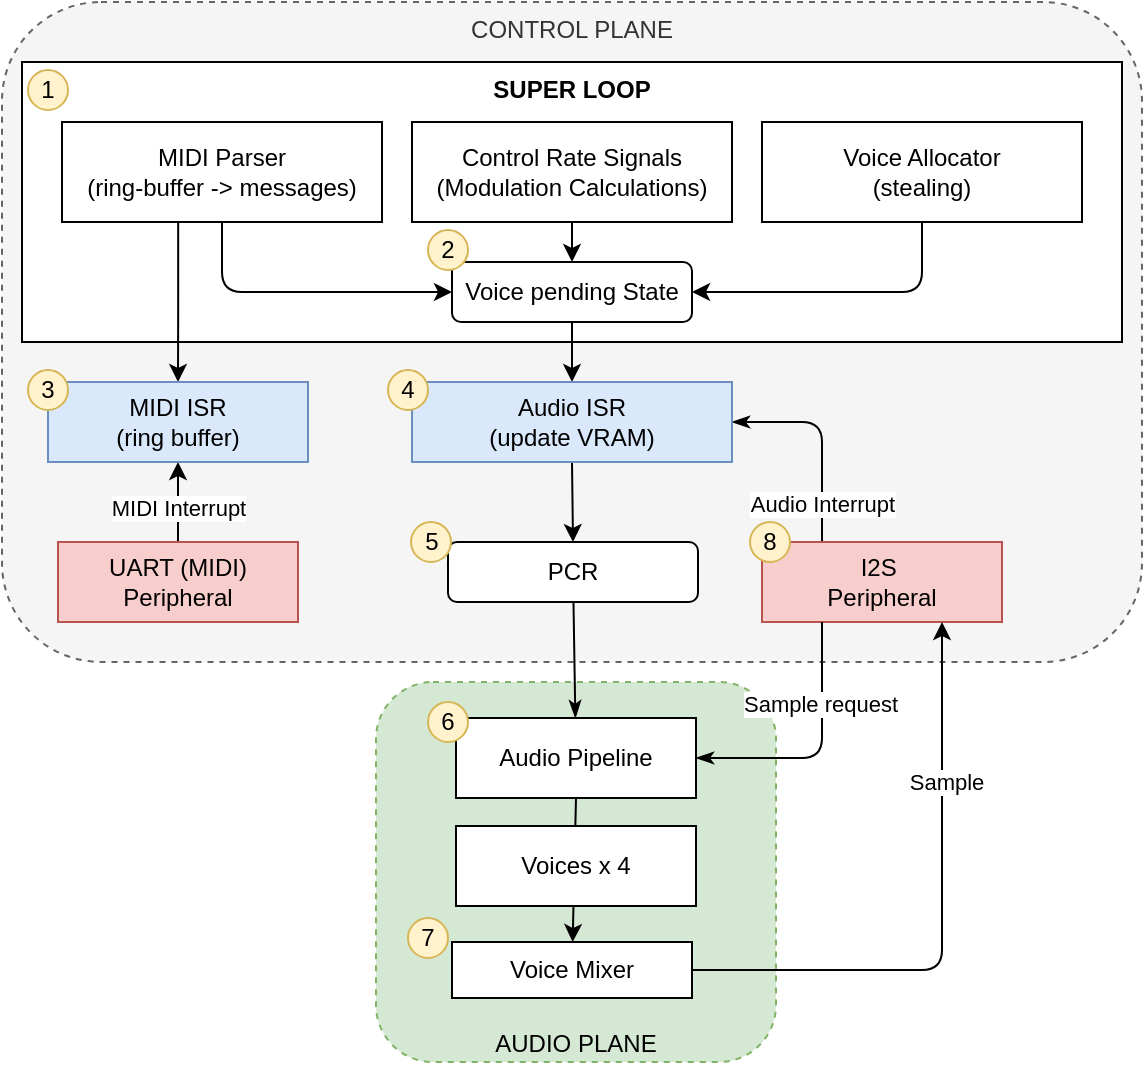
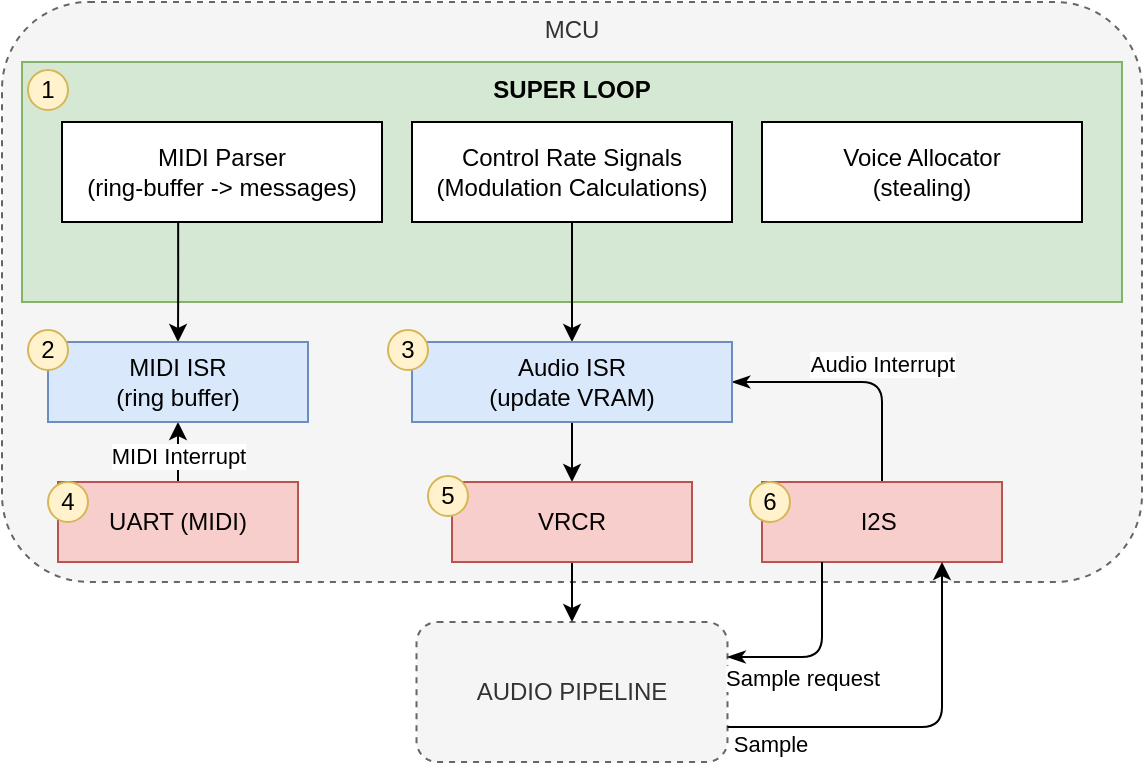
<mxfile host="65bd71144e" scale="1" border="15">
    <diagram id="ENIVM8K7glYZa4LaVbmd" name="Page-1">
        <mxGraphModel dx="1086" dy="802" grid="1" gridSize="10" guides="1" tooltips="1" connect="1" arrows="1" fold="1" page="1" pageScale="1" pageWidth="827" pageHeight="1169" background="#ffffff" math="0" shadow="0">
            <root>
                <mxCell id="0"/>
                <mxCell id="1" parent="0"/>
-                 <mxCell id="30" value="AUDIO PLANE" style="rounded=1;whiteSpace=wrap;html=1;dashed=1;fillColor=#d5e8d4;strokeColor=#82b366;verticalAlign=bottom;" parent="1" vertex="1">
-                     <mxGeometry x="207" y="350" width="200" height="190" as="geometry"/>
+                 <mxCell id="29" value="MCU" style="rounded=1;whiteSpace=wrap;html=1;dashed=1;fillColor=#f5f5f5;strokeColor=#666666;verticalAlign=top;fontColor=#333333;" parent="1" vertex="1">
+                     <mxGeometry x="10" y="10" width="570" height="290" as="geometry"/>
                </mxCell>
-                 <mxCell id="29" value="CONTROL PLANE" style="rounded=1;whiteSpace=wrap;html=1;dashed=1;fillColor=#f5f5f5;strokeColor=#666666;verticalAlign=top;fontColor=#333333;" parent="1" vertex="1">
-                     <mxGeometry x="20" y="10" width="570" height="330" as="geometry"/>
+                 <mxCell id="30" value="AUDIO PIPELINE" style="rounded=1;whiteSpace=wrap;html=1;dashed=1;fillColor=#f5f5f5;strokeColor=#666666;verticalAlign=middle;fontColor=#333333;" parent="1" vertex="1">
+                     <mxGeometry x="217.25" y="320" width="155.5" height="70" as="geometry"/>
                </mxCell>
-                 <mxCell id="2" value="&lt;b&gt;SUPER LOOP&lt;/b&gt;" style="rounded=0;whiteSpace=wrap;html=1;verticalAlign=top;" parent="1" vertex="1">
-                     <mxGeometry x="30" y="40" width="550" height="140" as="geometry"/>
-                 </mxCell>
-                 <mxCell id="7" style="edgeStyle=orthogonalEdgeStyle;html=1;exitX=0.5;exitY=1;exitDx=0;exitDy=0;entryX=0;entryY=0.5;entryDx=0;entryDy=0;" parent="1" source="3" target="6" edge="1">
-                     <mxGeometry relative="1" as="geometry"/>
+                 <mxCell id="2" value="&lt;b&gt;SUPER LOOP&lt;/b&gt;" style="rounded=0;whiteSpace=wrap;html=1;verticalAlign=top;fillColor=#d5e8d4;strokeColor=#82b366;" parent="1" vertex="1">
+                     <mxGeometry x="20" y="40" width="550" height="120" as="geometry"/>
                </mxCell>
                <mxCell id="34" style="edgeStyle=orthogonalEdgeStyle;html=1;exitX=0.363;exitY=1;exitDx=0;exitDy=0;exitPerimeter=0;" parent="1" source="3" target="27" edge="1">
                    <mxGeometry relative="1" as="geometry"/>
                </mxCell>
                <mxCell id="3" value="MIDI Parser&lt;div&gt;(ring-buffer -&amp;gt; messages)&lt;/div&gt;" style="rounded=0;whiteSpace=wrap;html=1;" parent="1" vertex="1">
-                     <mxGeometry x="50" y="70" width="160" height="50" as="geometry"/>
+                     <mxGeometry x="40" y="70" width="160" height="50" as="geometry"/>
                </mxCell>
-                 <mxCell id="8" style="edgeStyle=none;html=1;exitX=0.5;exitY=1;exitDx=0;exitDy=0;entryX=0.5;entryY=0;entryDx=0;entryDy=0;" parent="1" source="4" target="6" edge="1">
-                     <mxGeometry relative="1" as="geometry"/>
+                 <mxCell id="8" style="edgeStyle=none;html=1;exitX=0.5;exitY=1;exitDx=0;exitDy=0;entryX=0.5;entryY=0;entryDx=0;entryDy=0;" parent="1" source="4" target="11" edge="1">
+                     <mxGeometry relative="1" as="geometry">
+                         <mxPoint x="295" y="120" as="targetPoint"/>
+                     </mxGeometry>
                </mxCell>
                <mxCell id="4" value="Control Rate Signals&lt;div&gt;(Modulation Calculations)&lt;/div&gt;" style="rounded=0;whiteSpace=wrap;html=1;" parent="1" vertex="1">
-                     <mxGeometry x="225" y="70" width="160" height="50" as="geometry"/>
-                 </mxCell>
-                 <mxCell id="9" style="edgeStyle=orthogonalEdgeStyle;html=1;exitX=0.5;exitY=1;exitDx=0;exitDy=0;entryX=1;entryY=0.5;entryDx=0;entryDy=0;" parent="1" source="5" target="6" edge="1">
-                     <mxGeometry relative="1" as="geometry"/>
+                     <mxGeometry x="215" y="70" width="160" height="50" as="geometry"/>
                </mxCell>
                <mxCell id="5" value="Voice Allocator&lt;div&gt;(stealing)&lt;/div&gt;" style="rounded=0;whiteSpace=wrap;html=1;" parent="1" vertex="1">
-                     <mxGeometry x="400" y="70" width="160" height="50" as="geometry"/>
+                     <mxGeometry x="390" y="70" width="160" height="50" as="geometry"/>
                </mxCell>
-                 <mxCell id="51" value="" style="edgeStyle=none;html=1;" parent="1" source="6" target="11" edge="1">
-                     <mxGeometry relative="1" as="geometry"/>
-                 </mxCell>
-                 <mxCell id="6" value="Voice pending State" style="rounded=1;whiteSpace=wrap;html=1;" parent="1" vertex="1">
-                     <mxGeometry x="245" y="140" width="120" height="30" as="geometry"/>
-                 </mxCell>
-                 <mxCell id="17" style="edgeStyle=orthogonalEdgeStyle;html=1;exitX=1;exitY=0.5;exitDx=0;exitDy=0;startArrow=classicThin;startFill=1;endArrow=none;endFill=0;entryX=0.25;entryY=0;entryDx=0;entryDy=0;" parent="1" source="11" target="16" edge="1">
+                 <mxCell id="17" style="edgeStyle=orthogonalEdgeStyle;html=1;exitX=1;exitY=0.5;exitDx=0;exitDy=0;startArrow=classicThin;startFill=1;endArrow=none;endFill=0;entryX=0.5;entryY=0;entryDx=0;entryDy=0;" parent="1" source="11" target="16" edge="1">
                    <mxGeometry relative="1" as="geometry"/>
                </mxCell>
                <mxCell id="37" value="Audio Interrupt" style="edgeLabel;html=1;align=center;verticalAlign=middle;resizable=0;points=[];" parent="17" vertex="1" connectable="0">
                    <mxGeometry x="0.475" y="2" relative="1" as="geometry">
-                         <mxPoint x="-2" y="8" as="offset"/>
+                         <mxPoint x="-2" y="-26" as="offset"/>
                    </mxGeometry>
                </mxCell>
-                 <mxCell id="48" style="edgeStyle=none;html=1;exitX=0.5;exitY=1;exitDx=0;exitDy=0;entryX=0.5;entryY=0;entryDx=0;entryDy=0;" parent="1" source="11" target="46" edge="1">
-                     <mxGeometry relative="1" as="geometry"/>
+                 <mxCell id="48" style="edgeStyle=none;html=1;exitX=0.5;exitY=1;exitDx=0;exitDy=0;entryX=0.5;entryY=0;entryDx=0;entryDy=0;" parent="1" source="11" edge="1">
+                     <mxGeometry relative="1" as="geometry">
+                         <mxPoint x="295" y="250" as="targetPoint"/>
+                     </mxGeometry>
                </mxCell>
                <mxCell id="11" value="Audio ISR&lt;div&gt;(update VRAM)&lt;/div&gt;" style="rounded=0;whiteSpace=wrap;html=1;fillColor=#dae8fc;strokeColor=#6c8ebf;" parent="1" vertex="1">
-                     <mxGeometry x="225" y="200" width="160" height="40" as="geometry"/>
+                     <mxGeometry x="215" y="180" width="160" height="40" as="geometry"/>
                </mxCell>
-                 <mxCell id="16" value="I2S&amp;nbsp;&lt;div&gt;Peripheral&lt;/div&gt;" style="rounded=0;whiteSpace=wrap;html=1;fillColor=#f8cecc;strokeColor=#b85450;" parent="1" vertex="1">
-                     <mxGeometry x="400" y="280" width="120" height="40" as="geometry"/>
+                 <mxCell id="16" value="I2S&amp;nbsp;" style="rounded=0;whiteSpace=wrap;html=1;fillColor=#f8cecc;strokeColor=#b85450;" parent="1" vertex="1">
+                     <mxGeometry x="390" y="250" width="120" height="40" as="geometry"/>
                </mxCell>
-                 <mxCell id="22" style="edgeStyle=orthogonalEdgeStyle;html=1;exitX=1;exitY=0.5;exitDx=0;exitDy=0;entryX=0.25;entryY=1;entryDx=0;entryDy=0;startArrow=classicThin;startFill=1;endArrow=none;endFill=0;" parent="1" source="40" target="16" edge="1">
+                 <mxCell id="22" style="edgeStyle=orthogonalEdgeStyle;html=1;exitX=1;exitY=0.25;exitDx=0;exitDy=0;entryX=0.25;entryY=1;entryDx=0;entryDy=0;startArrow=classicThin;startFill=1;endArrow=none;endFill=0;" parent="1" source="30" target="16" edge="1">
                    <mxGeometry relative="1" as="geometry">
-                         <mxPoint x="346.96000000000004" y="612.02" as="sourcePoint"/>
-                         <mxPoint x="481" y="446" as="targetPoint"/>
+                         <mxPoint x="357" y="368" as="sourcePoint"/>
+                         <mxPoint x="471" y="426" as="targetPoint"/>
                    </mxGeometry>
                </mxCell>
                <mxCell id="23" value="Sample request" style="edgeLabel;html=1;align=center;verticalAlign=middle;resizable=0;points=[];" parent="22" vertex="1" connectable="0">
                    <mxGeometry x="0.12" y="-3" relative="1" as="geometry">
-                         <mxPoint x="-4" y="-17" as="offset"/>
+                         <mxPoint x="-13" y="16" as="offset"/>
                    </mxGeometry>
                </mxCell>
                <mxCell id="25" style="edgeStyle=orthogonalEdgeStyle;html=1;exitX=0.5;exitY=0;exitDx=0;exitDy=0;entryX=0.5;entryY=1;entryDx=0;entryDy=0;" parent="1" source="24" target="27" edge="1">
                    <mxGeometry relative="1" as="geometry">
-                         <mxPoint x="90" y="350" as="targetPoint"/>
+                         <mxPoint x="80" y="330" as="targetPoint"/>
                    </mxGeometry>
                </mxCell>
                <mxCell id="26" value="MIDI Interrupt" style="edgeLabel;html=1;align=center;verticalAlign=middle;resizable=0;points=[];" parent="25" vertex="1" connectable="0">
                    <mxGeometry x="-0.0734" y="-5" relative="1" as="geometry">
                        <mxPoint x="-5" y="1" as="offset"/>
                    </mxGeometry>
                </mxCell>
-                 <mxCell id="24" value="UART (MIDI)&lt;div&gt;Peripheral&lt;/div&gt;" style="rounded=0;whiteSpace=wrap;html=1;fillColor=#f8cecc;strokeColor=#b85450;" parent="1" vertex="1">
-                     <mxGeometry x="48" y="280" width="120" height="40" as="geometry"/>
+                 <mxCell id="24" value="UART (MIDI)" style="rounded=0;whiteSpace=wrap;html=1;fillColor=#f8cecc;strokeColor=#b85450;" parent="1" vertex="1">
+                     <mxGeometry x="38" y="250" width="120" height="40" as="geometry"/>
                </mxCell>
                <mxCell id="27" value="MIDI ISR&lt;div&gt;(ring buffer)&lt;/div&gt;" style="rounded=0;whiteSpace=wrap;html=1;fillColor=#dae8fc;strokeColor=#6c8ebf;" parent="1" vertex="1">
-                     <mxGeometry x="43" y="200" width="130" height="40" as="geometry"/>
+                     <mxGeometry x="33" y="180" width="130" height="40" as="geometry"/>
                </mxCell>
-                 <mxCell id="45" style="edgeStyle=none;html=1;exitX=0.5;exitY=1;exitDx=0;exitDy=0;" parent="1" source="40" target="44" edge="1">
-                     <mxGeometry relative="1" as="geometry"/>
-                 </mxCell>
-                 <mxCell id="40" value="Audio Pipeline" style="rounded=0;whiteSpace=wrap;html=1;" parent="1" vertex="1">
-                     <mxGeometry x="247" y="368" width="120" height="40" as="geometry"/>
-                 </mxCell>
-                 <mxCell id="65" style="edgeStyle=orthogonalEdgeStyle;html=1;exitX=1;exitY=0.5;exitDx=0;exitDy=0;entryX=0.75;entryY=1;entryDx=0;entryDy=0;" edge="1" parent="1" source="44" target="16">
-                     <mxGeometry relative="1" as="geometry"/>
-                 </mxCell>
-                 <mxCell id="66" value="Sample" style="edgeLabel;html=1;align=center;verticalAlign=middle;resizable=0;points=[];" vertex="1" connectable="0" parent="65">
-                     <mxGeometry x="0.1906" y="-2" relative="1" as="geometry">
-                         <mxPoint y="-41" as="offset"/>
+                 <mxCell id="65" style="edgeStyle=orthogonalEdgeStyle;html=1;exitX=1;exitY=0.75;exitDx=0;exitDy=0;entryX=0.75;entryY=1;entryDx=0;entryDy=0;" parent="1" source="30" target="16" edge="1">
+                     <mxGeometry relative="1" as="geometry">
+                         <mxPoint x="355" y="474" as="sourcePoint"/>
                    </mxGeometry>
                </mxCell>
-                 <mxCell id="44" value="Voice Mixer" style="rounded=0;whiteSpace=wrap;html=1;" parent="1" vertex="1">
-                     <mxGeometry x="245" y="480" width="120" height="28" as="geometry"/>
-                 </mxCell>
-                 <mxCell id="47" style="edgeStyle=none;html=1;startArrow=none;startFill=0;endArrow=classicThin;endFill=1;" parent="1" source="46" target="40" edge="1">
-                     <mxGeometry relative="1" as="geometry">
-                         <mxPoint x="304.5" y="452" as="targetPoint"/>
+                 <mxCell id="66" value="Sample" style="edgeLabel;html=1;align=center;verticalAlign=middle;resizable=0;points=[];" parent="65" vertex="1" connectable="0">
+                     <mxGeometry x="0.1906" y="-2" relative="1" as="geometry">
+                         <mxPoint x="-88" y="14" as="offset"/>
                    </mxGeometry>
                </mxCell>
-                 <mxCell id="46" value="PCR" style="rounded=1;whiteSpace=wrap;html=1;" parent="1" vertex="1">
-                     <mxGeometry x="243" y="280" width="125" height="30" as="geometry"/>
+                 <mxCell id="52" value="1" style="ellipse;whiteSpace=wrap;html=1;aspect=fixed;fillColor=#fff2cc;strokeColor=#d6b656;" parent="1" vertex="1">
+                     <mxGeometry x="23" y="44" width="20" height="20" as="geometry"/>
                </mxCell>
-                 <mxCell id="52" value="1" style="ellipse;whiteSpace=wrap;html=1;aspect=fixed;fillColor=#fff2cc;strokeColor=#d6b656;" parent="1" vertex="1">
-                     <mxGeometry x="33" y="44" width="20" height="20" as="geometry"/>
+                 <mxCell id="55" value="2" style="ellipse;whiteSpace=wrap;html=1;aspect=fixed;fillColor=#fff2cc;strokeColor=#d6b656;" parent="1" vertex="1">
+                     <mxGeometry x="23" y="174" width="20" height="20" as="geometry"/>
                </mxCell>
-                 <mxCell id="54" value="2" style="ellipse;whiteSpace=wrap;html=1;aspect=fixed;fillColor=#fff2cc;strokeColor=#d6b656;" parent="1" vertex="1">
-                     <mxGeometry x="233" y="124" width="20" height="20" as="geometry"/>
+                 <mxCell id="56" value="3" style="ellipse;whiteSpace=wrap;html=1;aspect=fixed;fillColor=#fff2cc;strokeColor=#d6b656;" parent="1" vertex="1">
+                     <mxGeometry x="203" y="174" width="20" height="20" as="geometry"/>
                </mxCell>
-                 <mxCell id="55" value="3" style="ellipse;whiteSpace=wrap;html=1;aspect=fixed;fillColor=#fff2cc;strokeColor=#d6b656;" parent="1" vertex="1">
-                     <mxGeometry x="33" y="194" width="20" height="20" as="geometry"/>
+                 <mxCell id="58" value="4" style="ellipse;whiteSpace=wrap;html=1;aspect=fixed;fillColor=#fff2cc;strokeColor=#d6b656;" parent="1" vertex="1">
+                     <mxGeometry x="33" y="250" width="20" height="20" as="geometry"/>
                </mxCell>
-                 <mxCell id="56" value="4" style="ellipse;whiteSpace=wrap;html=1;aspect=fixed;fillColor=#fff2cc;strokeColor=#d6b656;" parent="1" vertex="1">
-                     <mxGeometry x="213" y="194" width="20" height="20" as="geometry"/>
+                 <mxCell id="67" value="6" style="ellipse;whiteSpace=wrap;html=1;aspect=fixed;fillColor=#fff2cc;strokeColor=#d6b656;" parent="1" vertex="1">
+                     <mxGeometry x="384" y="250" width="20" height="20" as="geometry"/>
                </mxCell>
-                 <mxCell id="58" value="5" style="ellipse;whiteSpace=wrap;html=1;aspect=fixed;fillColor=#fff2cc;strokeColor=#d6b656;" parent="1" vertex="1">
-                     <mxGeometry x="224.5" y="270" width="20" height="20" as="geometry"/>
+                 <mxCell id="75" value="" style="edgeStyle=none;html=1;entryX=0.5;entryY=0;entryDx=0;entryDy=0;" edge="1" parent="1" source="71" target="30">
+                     <mxGeometry relative="1" as="geometry">
+                         <mxPoint x="295" y="310" as="targetPoint"/>
+                     </mxGeometry>
                </mxCell>
-                 <mxCell id="59" value="6" style="ellipse;whiteSpace=wrap;html=1;aspect=fixed;fillColor=#fff2cc;strokeColor=#d6b656;" parent="1" vertex="1">
-                     <mxGeometry x="233" y="360" width="20" height="20" as="geometry"/>
+                 <mxCell id="71" value="VRCR" style="rounded=0;whiteSpace=wrap;html=1;fillColor=#f8cecc;strokeColor=#b85450;" vertex="1" parent="1">
+                     <mxGeometry x="235" y="250" width="120" height="40" as="geometry"/>
                </mxCell>
-                 <mxCell id="60" value="7" style="ellipse;whiteSpace=wrap;html=1;aspect=fixed;fillColor=#fff2cc;strokeColor=#d6b656;" parent="1" vertex="1">
-                     <mxGeometry x="223" y="468" width="20" height="20" as="geometry"/>
-                 </mxCell>
-                 <mxCell id="64" value="Voices x 4" style="rounded=0;whiteSpace=wrap;html=1;" parent="1" vertex="1">
-                     <mxGeometry x="247" y="422" width="120" height="40" as="geometry"/>
-                 </mxCell>
-                 <mxCell id="67" value="8" style="ellipse;whiteSpace=wrap;html=1;aspect=fixed;fillColor=#fff2cc;strokeColor=#d6b656;" vertex="1" parent="1">
-                     <mxGeometry x="394" y="270" width="20" height="20" as="geometry"/>
+                 <mxCell id="69" value="5" style="ellipse;whiteSpace=wrap;html=1;aspect=fixed;fillColor=#fff2cc;strokeColor=#d6b656;" parent="1" vertex="1">
+                     <mxGeometry x="223" y="247" width="20" height="20" as="geometry"/>
                </mxCell>
            </root>
        </mxGraphModel>
    </diagram>
</mxfile>